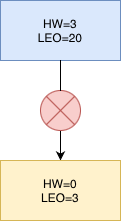
This is img/Kafka-HA-error01.png from antonyw/coding-thinking, a draw.io export, as it was before one commit. Source tidied: cells renumbered, new cells last; positions are measured from the earlier drawing's top-left corner, leaving out a move shared by most shapes. Its diagram source:
```xml
<mxGraphModel>
  <root>
    <mxCell id="0" />
    <mxCell id="1" parent="0" />
    <mxCell id="2" style="edgeStyle=orthogonalEdgeStyle;rounded=0;jettySize=auto;html=1;endArrow=classic;endFill=1;startArrow=none;" parent="1" edge="1" source="5" target="4">
      <mxGeometry relative="1" as="geometry" />
    </mxCell>
    <mxCell id="3" value="HW=3&lt;br&gt;LEO=20" style="rounded=0;whiteSpace=wrap;html=1;fillColor=#dae8fc;strokeColor=#6c8ebf;" parent="1" vertex="1">
      <mxGeometry width="120" height="60" as="geometry" />
    </mxCell>
    <mxCell id="4" value="HW=0&lt;br&gt;LEO=3" style="rounded=0;whiteSpace=wrap;html=1;fillColor=#fff2cc;strokeColor=#d6b656;" parent="1" vertex="1">
      <mxGeometry y="160" width="120" height="60" as="geometry" />
    </mxCell>
    <mxCell id="5" style="verticalLabelPosition=bottom;verticalAlign=top;html=1;shape=mxgraph.flowchart.or;fillColor=#f8cecc;strokeColor=#b85450;" parent="1" vertex="1">
      <mxGeometry x="40" y="90" width="40" height="40" as="geometry" />
    </mxCell>
    <mxCell id="6" style="edgeStyle=orthogonalEdgeStyle;rounded=0;jettySize=auto;html=1;endArrow=none;endFill=1;" parent="1" edge="1" source="3" target="5">
      <mxGeometry relative="1" as="geometry" />
    </mxCell>
  </root>
</mxGraphModel>
```
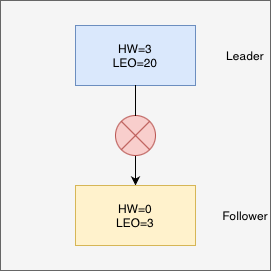
The same file after the commit.

Diff of the diagram source:
```diff
@@ -2,6 +2,9 @@
   <root>
     <mxCell id="0" />
     <mxCell id="1" parent="0" />
+    <mxCell id="7" style="whiteSpace=wrap;html=1;fillColor=#f5f5f5;strokeColor=#666666;fontColor=#333333;" parent="1" vertex="1">
+      <mxGeometry x="-75" y="-25" width="270" height="270" as="geometry" />
+    </mxCell>
     <mxCell id="2" style="edgeStyle=orthogonalEdgeStyle;rounded=0;jettySize=auto;html=1;endArrow=classic;endFill=1;startArrow=none;" parent="1" edge="1" source="5" target="4">
       <mxGeometry relative="1" as="geometry" />
     </mxCell>
@@ -17,5 +20,11 @@
     <mxCell id="6" style="edgeStyle=orthogonalEdgeStyle;rounded=0;jettySize=auto;html=1;endArrow=none;endFill=1;" parent="1" edge="1" source="3" target="5">
       <mxGeometry relative="1" as="geometry" />
     </mxCell>
+    <mxCell id="8" value="Leader" style="text;html=1;strokeColor=none;fillColor=none;align=center;verticalAlign=middle;whiteSpace=wrap;rounded=0;" parent="1" vertex="1">
+      <mxGeometry x="150" y="20" width="40" height="20" as="geometry" />
+    </mxCell>
+    <mxCell id="9" value="Follower" style="text;html=1;strokeColor=none;fillColor=none;align=center;verticalAlign=middle;whiteSpace=wrap;rounded=0;" parent="1" vertex="1">
+      <mxGeometry x="150" y="180" width="40" height="20" as="geometry" />
+    </mxCell>
   </root>
 </mxGraphModel>
```
